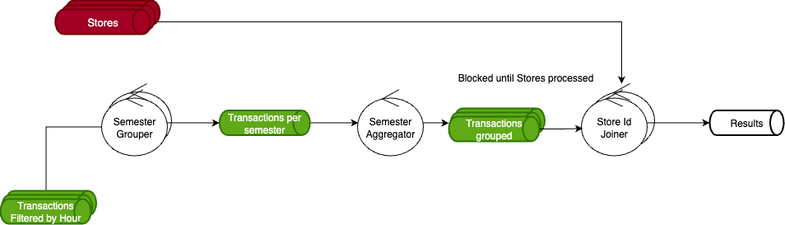
Before: source/consulta3.png, a diagram exported from draw.io (fiuba-distribuidos-2C2025/informe). Source tidied: cells renumbered, new cells last; positions are measured from the earlier drawing's top-left corner, leaving out a move shared by most shapes.
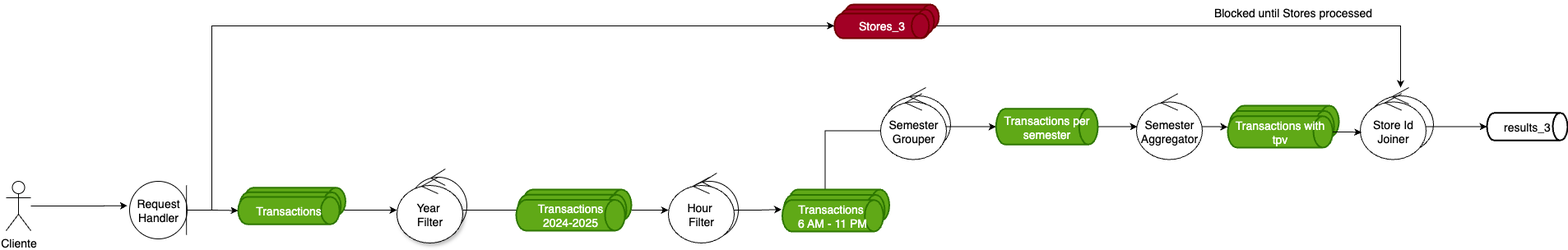
After the change.

What changed in the source:
```diff
@@ -2,7 +2,7 @@
   <root>
     <mxCell id="0" />
     <mxCell id="1" parent="0" />
-    <mxCell id="2" style="edgeStyle=orthogonalEdgeStyle;rounded=0;jettySize=auto;html=1;exitX=0.5;exitY=0;exitDx=0;exitDy=0;exitPerimeter=0;entryX=0.023;entryY=0.548;entryDx=0;entryDy=0;entryPerimeter=0;" parent="1" edge="1" target="8">
+    <mxCell id="2" style="edgeStyle=orthogonalEdgeStyle;rounded=0;jettySize=auto;html=1;exitX=0.5;exitY=0;exitDx=0;exitDy=0;exitPerimeter=0;entryX=0.023;entryY=0.548;entryDx=0;entryDy=0;entryPerimeter=0;fontSize=14;" parent="1" edge="1" target="8">
       <mxGeometry relative="1" as="geometry">
         <mxPoint x="55.5" y="238.5" as="sourcePoint" />
         <Array as="points">
@@ -12,87 +12,167 @@
         </Array>
       </mxGeometry>
     </mxCell>
-    <mxCell id="3" style="whiteSpace=wrap;html=1;shape=umlControl;perimeter=ellipsePerimeter;" parent="1" vertex="1">
+    <mxCell id="3" style="whiteSpace=wrap;html=1;shape=umlControl;perimeter=ellipsePerimeter;fontSize=14;" parent="1" vertex="1">
       <mxGeometry x="128" y="101" width="80" height="80" as="geometry" />
     </mxCell>
-    <mxCell id="4" style="edgeStyle=orthogonalEdgeStyle;rounded=0;jettySize=auto;html=1;" parent="1" edge="1" source="5">
+    <mxCell id="4" style="edgeStyle=orthogonalEdgeStyle;rounded=0;jettySize=auto;html=1;fontSize=14;" parent="1" edge="1" source="5">
       <mxGeometry relative="1" as="geometry">
         <mxPoint x="435" y="148.5" as="targetPoint" />
       </mxGeometry>
     </mxCell>
-    <mxCell id="5" value="Transactions per semester" style="strokeWidth=2;html=1;shape=mxgraph.flowchart.direct_data;whiteSpace=wrap;fillColor=#60a917;fontColor=#ffffff;strokeColor=#2D7600;" parent="1" vertex="1">
-      <mxGeometry x="266.2" y="133.5" width="110" height="30" as="geometry" />
+    <mxCell id="5" value="Transactions per semester" style="strokeWidth=2;html=1;shape=mxgraph.flowchart.direct_data;whiteSpace=wrap;fillColor=#60a917;fontColor=#ffffff;strokeColor=#2D7600;fontSize=14;" parent="1" vertex="1">
+      <mxGeometry x="263.2" y="126.8" width="123.8" height="43.5" as="geometry" />
     </mxCell>
-    <mxCell id="6" style="edgeStyle=orthogonalEdgeStyle;rounded=0;jettySize=auto;html=1;entryX=0;entryY=0.5;entryDx=0;entryDy=0;entryPerimeter=0;" parent="1" edge="1" source="8" target="5">
+    <mxCell id="6" style="edgeStyle=orthogonalEdgeStyle;rounded=0;jettySize=auto;html=1;entryX=0;entryY=0.5;entryDx=0;entryDy=0;entryPerimeter=0;fontSize=14;" parent="1" edge="1" source="8" target="5">
       <mxGeometry relative="1" as="geometry" />
     </mxCell>
-    <mxCell id="7" style="whiteSpace=wrap;html=1;shape=umlControl;perimeter=ellipsePerimeter;" parent="1" vertex="1">
+    <mxCell id="7" style="whiteSpace=wrap;html=1;shape=umlControl;perimeter=ellipsePerimeter;fontSize=14;" parent="1" vertex="1">
       <mxGeometry x="715" y="101" width="80" height="80" as="geometry" />
     </mxCell>
-    <mxCell id="8" value="Semester Grouper" style="whiteSpace=wrap;html=1;shape=umlControl;perimeter=ellipsePerimeter;" parent="1" vertex="1">
+    <mxCell id="8" value="Semester Grouper" style="whiteSpace=wrap;html=1;shape=umlControl;perimeter=ellipsePerimeter;fontSize=14;" parent="1" vertex="1">
       <mxGeometry x="123" y="108.5" width="80" height="80" as="geometry" />
     </mxCell>
-    <mxCell id="9" value="Store Id Joiner" style="whiteSpace=wrap;html=1;shape=umlControl;perimeter=ellipsePerimeter;" parent="1" vertex="1">
+    <mxCell id="9" value="Store Id Joiner" style="whiteSpace=wrap;html=1;shape=umlControl;perimeter=ellipsePerimeter;fontSize=14;" parent="1" vertex="1">
       <mxGeometry x="706" y="108.5" width="80" height="80" as="geometry" />
     </mxCell>
-    <mxCell id="10" style="edgeStyle=orthogonalEdgeStyle;rounded=0;jettySize=auto;html=1;" parent="1" edge="1" source="11" target="7">
+    <mxCell id="10" style="edgeStyle=orthogonalEdgeStyle;rounded=0;jettySize=auto;html=1;fontSize=14;" parent="1" edge="1" source="11" target="7">
       <mxGeometry relative="1" as="geometry" />
     </mxCell>
-    <mxCell id="11" value="Stores" style="strokeWidth=2;html=1;shape=mxgraph.flowchart.direct_data;whiteSpace=wrap;fillColor=#a20025;fontColor=#ffffff;strokeColor=#6F0000;" parent="1" vertex="1">
+    <mxCell id="11" value="Stores" style="strokeWidth=2;html=1;shape=mxgraph.flowchart.direct_data;whiteSpace=wrap;fillColor=#a20025;fontColor=#ffffff;strokeColor=#6F0000;fontSize=14;" parent="1" vertex="1">
       <mxGeometry x="73" y="11" width="110" height="30" as="geometry" />
     </mxCell>
-    <mxCell id="12" value="Blocked until Stores processed" style="text;html=1;align=center;verticalAlign=middle;strokeColor=none;fillColor=none;" parent="1" vertex="1">
-      <mxGeometry x="543" y="78.5" width="190" height="30" as="geometry" />
+    <mxCell id="12" value="Blocked until Stores processed" style="text;html=1;align=center;verticalAlign=middle;strokeColor=none;fillColor=none;fontSize=14;" parent="1" vertex="1">
+      <mxGeometry x="514" y="-5" width="220" height="30" as="geometry" />
     </mxCell>
-    <mxCell id="13" value="Results" style="strokeWidth=2;html=1;shape=mxgraph.flowchart.direct_data;whiteSpace=wrap;" parent="1" vertex="1">
-      <mxGeometry x="862" y="133.5" width="90" height="30" as="geometry" />
+    <mxCell id="13" value="results_3" style="strokeWidth=2;html=1;shape=mxgraph.flowchart.direct_data;whiteSpace=wrap;fontSize=14;" parent="1" vertex="1">
+      <mxGeometry x="860" y="131.8" width="98" height="33.5" as="geometry" />
     </mxCell>
-    <mxCell id="14" style="edgeStyle=orthogonalEdgeStyle;rounded=0;jettySize=auto;html=1;entryX=0;entryY=0.5;entryDx=0;entryDy=0;entryPerimeter=0;" parent="1" edge="1" source="9" target="13">
+    <mxCell id="14" style="edgeStyle=orthogonalEdgeStyle;rounded=0;jettySize=auto;html=1;entryX=0;entryY=0.5;entryDx=0;entryDy=0;entryPerimeter=0;fontSize=14;" parent="1" edge="1" source="9" target="13">
       <mxGeometry relative="1" as="geometry" />
     </mxCell>
-    <mxCell id="15" style="group;" parent="1" vertex="1">
-      <mxGeometry y="231" width="116.5" height="40" as="geometry" />
+    <mxCell id="15" style="group;fontSize=14;" parent="1" vertex="1">
+      <mxGeometry x="3.5" y="225" width="130" height="51" as="geometry" />
     </mxCell>
-    <mxCell id="16" style="strokeWidth=2;html=1;shape=mxgraph.flowchart.direct_data;whiteSpace=wrap;fillColor=#60a917;fontColor=#ffffff;strokeColor=#2D7600;" parent="15" vertex="1">
-      <mxGeometry x="6.5" width="110" height="30" as="geometry" />
+    <mxCell id="16" style="strokeWidth=2;html=1;shape=mxgraph.flowchart.direct_data;whiteSpace=wrap;fillColor=#60a917;fontColor=#ffffff;strokeColor=#2D7600;fontSize=14;" parent="15" vertex="1">
+      <mxGeometry x="7.3" width="122.7" height="38.2" as="geometry" />
     </mxCell>
-    <mxCell id="17" style="strokeWidth=2;html=1;shape=mxgraph.flowchart.direct_data;whiteSpace=wrap;fillColor=#60a917;fontColor=#ffffff;strokeColor=#2D7600;" parent="15" vertex="1">
-      <mxGeometry x="1.5" y="5" width="110" height="30" as="geometry" />
+    <mxCell id="17" style="strokeWidth=2;html=1;shape=mxgraph.flowchart.direct_data;whiteSpace=wrap;fillColor=#60a917;fontColor=#ffffff;strokeColor=#2D7600;fontSize=14;" parent="15" vertex="1">
+      <mxGeometry x="1.7" y="6.4" width="122.7" height="38.2" as="geometry" />
     </mxCell>
-    <mxCell id="18" value="Transactions Filtered by Hour" style="strokeWidth=2;html=1;shape=mxgraph.flowchart.direct_data;whiteSpace=wrap;fillColor=#60a917;fontColor=#ffffff;strokeColor=#2D7600;" parent="15" vertex="1">
-      <mxGeometry y="10" width="110" height="30" as="geometry" />
+    <mxCell id="18" value="Transactions&amp;nbsp;&lt;div&gt;6 AM - 11 PM&lt;/div&gt;" style="strokeWidth=2;html=1;shape=mxgraph.flowchart.direct_data;whiteSpace=wrap;fillColor=#60a917;fontColor=#ffffff;strokeColor=#2D7600;fontSize=14;" parent="15" vertex="1">
+      <mxGeometry y="12.8" width="122.7" height="38.2" as="geometry" />
     </mxCell>
-    <mxCell id="19" style="strokeWidth=2;html=1;shape=mxgraph.flowchart.direct_data;whiteSpace=wrap;fillColor=#a20025;fontColor=#ffffff;strokeColor=#6F0000;fontSize=13;" parent="1" vertex="1">
+    <mxCell id="19" style="strokeWidth=2;html=1;shape=mxgraph.flowchart.direct_data;whiteSpace=wrap;fillColor=#a20025;fontColor=#ffffff;strokeColor=#6F0000;fontSize=14;" parent="1" vertex="1">
       <mxGeometry x="78.7" width="115" height="30" as="geometry" />
     </mxCell>
-    <mxCell id="20" style="strokeWidth=2;html=1;shape=mxgraph.flowchart.direct_data;whiteSpace=wrap;fillColor=#a20025;fontColor=#ffffff;strokeColor=#6F0000;fontSize=13;" parent="1" vertex="1">
+    <mxCell id="20" style="strokeWidth=2;html=1;shape=mxgraph.flowchart.direct_data;whiteSpace=wrap;fillColor=#a20025;fontColor=#ffffff;strokeColor=#6F0000;fontSize=14;" parent="1" vertex="1">
       <mxGeometry x="73" y="6" width="115" height="30" as="geometry" />
     </mxCell>
-    <mxCell id="21" value="Stores" style="strokeWidth=2;html=1;shape=mxgraph.flowchart.direct_data;whiteSpace=wrap;fillColor=#a20025;fontColor=#ffffff;strokeColor=#6F0000;fontSize=13;" parent="1" vertex="1">
+    <mxCell id="21" value="Stores_3" style="strokeWidth=2;html=1;shape=mxgraph.flowchart.direct_data;whiteSpace=wrap;fillColor=#a20025;fontColor=#ffffff;strokeColor=#6F0000;fontSize=14;" parent="1" vertex="1">
       <mxGeometry x="66.7" y="11" width="115" height="30" as="geometry" />
     </mxCell>
-    <mxCell id="22" style="edgeStyle=orthogonalEdgeStyle;rounded=0;jettySize=auto;html=1;" parent="1" edge="1" source="23">
+    <mxCell id="22" style="edgeStyle=orthogonalEdgeStyle;rounded=0;jettySize=auto;html=1;fontSize=14;" parent="1" edge="1" source="23">
       <mxGeometry relative="1" as="geometry">
         <mxPoint x="545" y="149" as="targetPoint" />
       </mxGeometry>
     </mxCell>
-    <mxCell id="23" value="Semester&lt;div&gt;Aggregator&lt;/div&gt;" style="whiteSpace=wrap;html=1;shape=umlControl;perimeter=ellipsePerimeter;" parent="1" vertex="1">
+    <mxCell id="23" value="Semester&lt;div&gt;Aggregator&lt;/div&gt;" style="whiteSpace=wrap;html=1;shape=umlControl;perimeter=ellipsePerimeter;fontSize=14;" parent="1" vertex="1">
       <mxGeometry x="434" y="108.5" width="80" height="80" as="geometry" />
     </mxCell>
-    <mxCell id="24" style="group;" parent="1" vertex="1">
-      <mxGeometry x="545" y="131" width="116.5" height="40" as="geometry" />
+    <mxCell id="24" style="group;fontSize=14;" parent="1" vertex="1">
+      <mxGeometry x="545" y="123" width="135" height="51" as="geometry" />
     </mxCell>
-    <mxCell id="25" style="strokeWidth=2;html=1;shape=mxgraph.flowchart.direct_data;whiteSpace=wrap;fillColor=#60a917;fontColor=#ffffff;strokeColor=#2D7600;" parent="24" vertex="1">
-      <mxGeometry x="6.5" width="110" height="30" as="geometry" />
+    <mxCell id="25" style="strokeWidth=2;html=1;shape=mxgraph.flowchart.direct_data;whiteSpace=wrap;fillColor=#60a917;fontColor=#ffffff;strokeColor=#2D7600;fontSize=14;" parent="24" vertex="1">
+      <mxGeometry x="7.5" width="127.5" height="38.2" as="geometry" />
     </mxCell>
-    <mxCell id="26" style="strokeWidth=2;html=1;shape=mxgraph.flowchart.direct_data;whiteSpace=wrap;fillColor=#60a917;fontColor=#ffffff;strokeColor=#2D7600;" parent="24" vertex="1">
-      <mxGeometry x="1.5" y="5" width="110" height="30" as="geometry" />
+    <mxCell id="26" style="strokeWidth=2;html=1;shape=mxgraph.flowchart.direct_data;whiteSpace=wrap;fillColor=#60a917;fontColor=#ffffff;strokeColor=#2D7600;fontSize=14;" parent="24" vertex="1">
+      <mxGeometry x="1.7" y="6.4" width="127.5" height="38.2" as="geometry" />
     </mxCell>
-    <mxCell id="27" value="Transactions grouped" style="strokeWidth=2;html=1;shape=mxgraph.flowchart.direct_data;whiteSpace=wrap;fillColor=#60a917;fontColor=#ffffff;strokeColor=#2D7600;" parent="24" vertex="1">
-      <mxGeometry y="10" width="110" height="30" as="geometry" />
+    <mxCell id="27" value="Transactions with tpv" style="strokeWidth=2;html=1;shape=mxgraph.flowchart.direct_data;whiteSpace=wrap;fillColor=#60a917;fontColor=#ffffff;strokeColor=#2D7600;fontSize=14;" parent="24" vertex="1">
+      <mxGeometry y="12.8" width="127.5" height="38.2" as="geometry" />
     </mxCell>
-    <mxCell id="28" style="edgeStyle=orthogonalEdgeStyle;rounded=0;jettySize=auto;html=1;entryX=0.02;entryY=0.586;entryDx=0;entryDy=0;entryPerimeter=0;" parent="1" edge="1" source="27" target="9">
+    <mxCell id="28" style="edgeStyle=orthogonalEdgeStyle;rounded=0;jettySize=auto;html=1;entryX=0.02;entryY=0.586;entryDx=0;entryDy=0;entryPerimeter=0;fontSize=14;" parent="1" edge="1" source="27" target="9">
       <mxGeometry relative="1" as="geometry" />
     </mxCell>
+    <mxCell id="29" style="ellipse;shape=umlControl;whiteSpace=wrap;html=1;fontSize=14;" parent="1" vertex="1">
+      <mxGeometry x="-120" y="205" width="70" height="80" as="geometry" />
+    </mxCell>
+    <mxCell id="30" style="ellipse;shape=umlControl;whiteSpace=wrap;html=1;fontSize=14;" parent="1" vertex="1">
+      <mxGeometry x="-450" y="200" width="70" height="80" as="geometry" />
+    </mxCell>
+    <mxCell id="31" style="edgeStyle=orthogonalEdgeStyle;rounded=0;jettySize=auto;html=1;entryX=0;entryY=0.5;entryDx=0;entryDy=0;entryPerimeter=0;fontSize=14;" parent="1" edge="1" source="32" target="21">
+      <mxGeometry relative="1" as="geometry">
+        <Array as="points">
+          <mxPoint x="-690" y="250" />
+          <mxPoint x="-690" y="26" />
+        </Array>
+      </mxGeometry>
+    </mxCell>
+    <mxCell id="32" value="Request&lt;div&gt;Handler&lt;/div&gt;" style="ellipse;whiteSpace=wrap;html=1;fontSize=14;" parent="1" vertex="1">
+      <mxGeometry x="-790" y="215" width="70" height="70" as="geometry" />
+    </mxCell>
+    <mxCell id="33" style="endArrow=classic;html=1;rounded=0;exitX=1;exitY=0.5;exitDx=0;exitDy=0;entryX=0;entryY=0.5;entryDx=0;entryDy=0;entryPerimeter=0;edgeStyle=orthogonalEdgeStyle;fontSize=14;" parent="1" edge="1" source="32" target="42">
+      <mxGeometry relative="1" as="geometry" />
+    </mxCell>
+    <mxCell id="34" style="endArrow=classic;html=1;rounded=0;edgeStyle=orthogonalEdgeStyle;entryX=0;entryY=0.5;entryDx=0;entryDy=0;exitX=1;exitY=0.5;exitDx=0;exitDy=0;exitPerimeter=0;fontSize=14;" parent="1" edge="1" target="35">
+      <mxGeometry relative="1" as="geometry">
+        <mxPoint x="-536.5" y="250" as="sourcePoint" />
+      </mxGeometry>
+    </mxCell>
+    <mxCell id="35" value="Year&amp;nbsp;&lt;div&gt;Filter&lt;/div&gt;" style="whiteSpace=wrap;html=1;shadow=1;shape=umlControl;perimeter=ellipsePerimeter;fontSize=14;" parent="1" vertex="1">
+      <mxGeometry x="-465" y="210" width="80" height="80" as="geometry" />
+    </mxCell>
+    <mxCell id="36" style="edgeStyle=orthogonalEdgeStyle;rounded=0;jettySize=auto;html=1;exitX=1;exitY=0.5;exitDx=0;exitDy=0;entryX=0;entryY=0.5;entryDx=0;entryDy=0;entryPerimeter=0;fontSize=14;" parent="1" edge="1" source="35">
+      <mxGeometry relative="1" as="geometry">
+        <mxPoint x="-290" y="250" as="targetPoint" />
+      </mxGeometry>
+    </mxCell>
+    <mxCell id="37" style="edgeStyle=orthogonalEdgeStyle;rounded=0;jettySize=auto;html=1;fontSize=14;" parent="1" edge="1" target="38">
+      <mxGeometry relative="1" as="geometry">
+        <mxPoint x="-180" y="250" as="sourcePoint" />
+      </mxGeometry>
+    </mxCell>
+    <mxCell id="38" value="Hour&amp;nbsp;&lt;div&gt;Filter&lt;/div&gt;" style="whiteSpace=wrap;html=1;shape=umlControl;perimeter=ellipsePerimeter;fontSize=14;" parent="1" vertex="1">
+      <mxGeometry x="-135" y="210" width="80" height="80" as="geometry" />
+    </mxCell>
+    <mxCell id="39" style="group;fontSize=14;" parent="1" vertex="1">
+      <mxGeometry x="-658" y="222.8" width="130.5" height="44.5" as="geometry" />
+    </mxCell>
+    <mxCell id="40" style="strokeWidth=2;html=1;shape=mxgraph.flowchart.direct_data;whiteSpace=wrap;fillColor=#60a917;fontColor=#ffffff;strokeColor=#2D7600;fontSize=14;" parent="39" vertex="1">
+      <mxGeometry x="7.3" width="123.2" height="33.4" as="geometry" />
+    </mxCell>
+    <mxCell id="41" style="strokeWidth=2;html=1;shape=mxgraph.flowchart.direct_data;whiteSpace=wrap;fillColor=#60a917;fontColor=#ffffff;strokeColor=#2D7600;fontSize=14;" parent="39" vertex="1">
+      <mxGeometry x="1.7" y="5.6" width="123.2" height="33.4" as="geometry" />
+    </mxCell>
+    <mxCell id="42" value="Transactions" style="strokeWidth=2;html=1;shape=mxgraph.flowchart.direct_data;whiteSpace=wrap;fillColor=#60a917;fontColor=#ffffff;strokeColor=#2D7600;fontSize=14;" parent="39" vertex="1">
+      <mxGeometry y="11.1" width="123.2" height="33.4" as="geometry" />
+    </mxCell>
+    <mxCell id="43" style="group;fontSize=14;" parent="1" vertex="1">
+      <mxGeometry x="-320" y="225" width="140" height="50" as="geometry" />
+    </mxCell>
+    <mxCell id="44" style="strokeWidth=2;html=1;shape=mxgraph.flowchart.direct_data;whiteSpace=wrap;fillColor=#60a917;fontColor=#ffffff;strokeColor=#2D7600;fontSize=14;" parent="43" vertex="1">
+      <mxGeometry x="7.8" width="132.2" height="37.5" as="geometry" />
+    </mxCell>
+    <mxCell id="45" style="strokeWidth=2;html=1;shape=mxgraph.flowchart.direct_data;whiteSpace=wrap;fillColor=#60a917;fontColor=#ffffff;strokeColor=#2D7600;fontSize=14;" parent="43" vertex="1">
+      <mxGeometry x="1.8" y="6.2" width="132.2" height="37.5" as="geometry" />
+    </mxCell>
+    <mxCell id="46" value="Transactions&lt;div&gt;2024-2025&lt;/div&gt;" style="strokeWidth=2;html=1;shape=mxgraph.flowchart.direct_data;whiteSpace=wrap;fillColor=#60a917;fontColor=#ffffff;strokeColor=#2D7600;fontSize=14;" parent="43" vertex="1">
+      <mxGeometry y="12.5" width="132.2" height="37.5" as="geometry" />
+    </mxCell>
+    <mxCell id="47" value="Cliente" style="shape=umlActor;verticalLabelPosition=bottom;verticalAlign=top;html=1;outlineConnect=0;fontSize=14;" parent="1" vertex="1">
+      <mxGeometry x="-940" y="215" width="30" height="60" as="geometry" />
+    </mxCell>
+    <mxCell id="48" style="edgeStyle=orthogonalEdgeStyle;rounded=0;jettySize=auto;html=1;entryX=-0.038;entryY=0.425;entryDx=0;entryDy=0;entryPerimeter=0;fontSize=14;" parent="1" edge="1" source="47" target="32">
+      <mxGeometry relative="1" as="geometry" />
+    </mxCell>
+    <mxCell id="49" style="endArrow=none;html=1;rounded=0;fontSize=14;" parent="1" edge="1">
+      <mxGeometry relative="1" as="geometry">
+        <mxPoint x="-720.8" y="280" as="sourcePoint" />
+        <mxPoint x="-720.8" y="220" as="targetPoint" />
+      </mxGeometry>
+    </mxCell>
+    <mxCell id="50" style="edgeStyle=orthogonalEdgeStyle;rounded=0;jettySize=auto;html=1;entryX=-0.007;entryY=0.298;entryDx=0;entryDy=0;entryPerimeter=0;fontSize=14;" parent="1" edge="1" source="38" target="18">
+      <mxGeometry relative="1" as="geometry" />
+    </mxCell>
   </root>
 </mxGraphModel>
```
